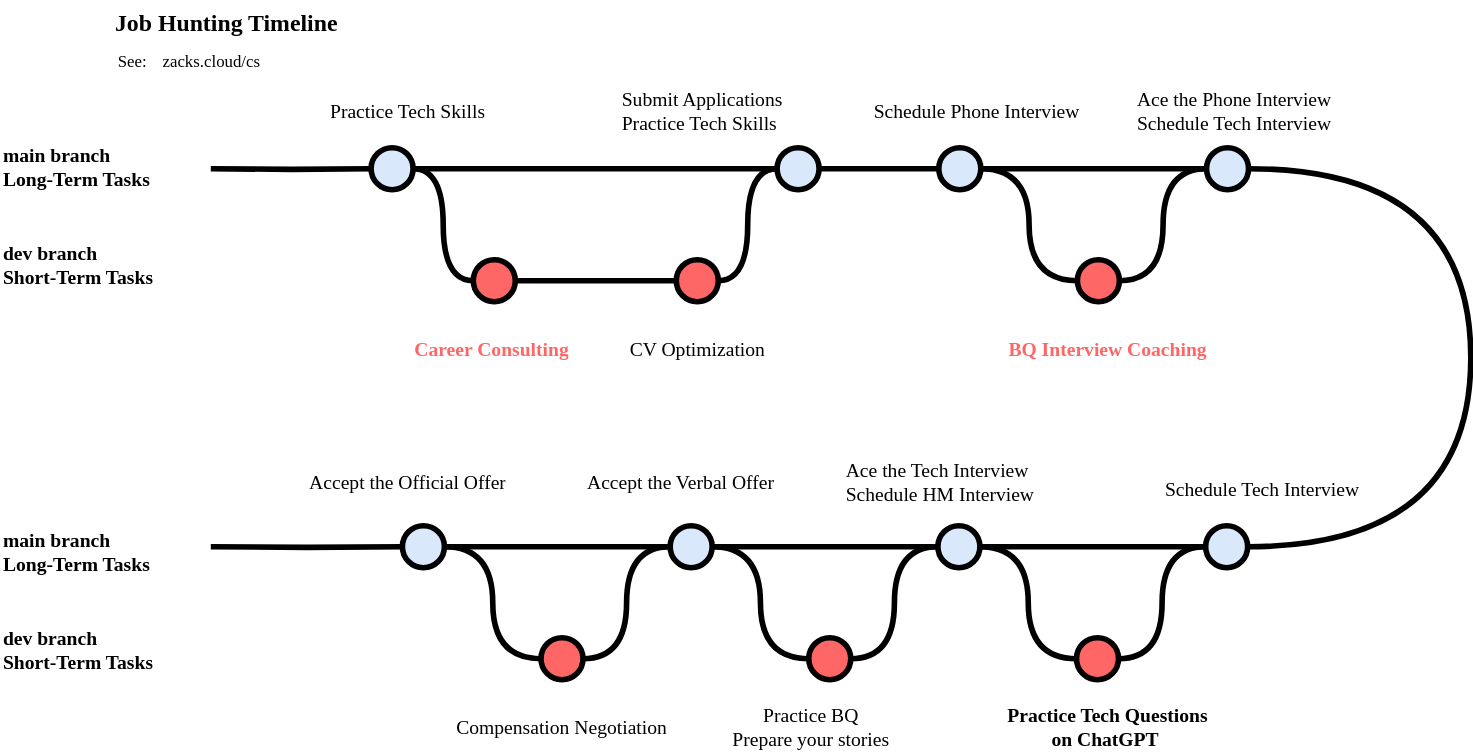
Above: job_hunting_timeline.svg in ZacksAmber/Flowcharts (draw.io), before the change. Source tidied: cells renumbered, new cells last; positions are measured from the earlier drawing's top-left corner, leaving out a move shared by most shapes.
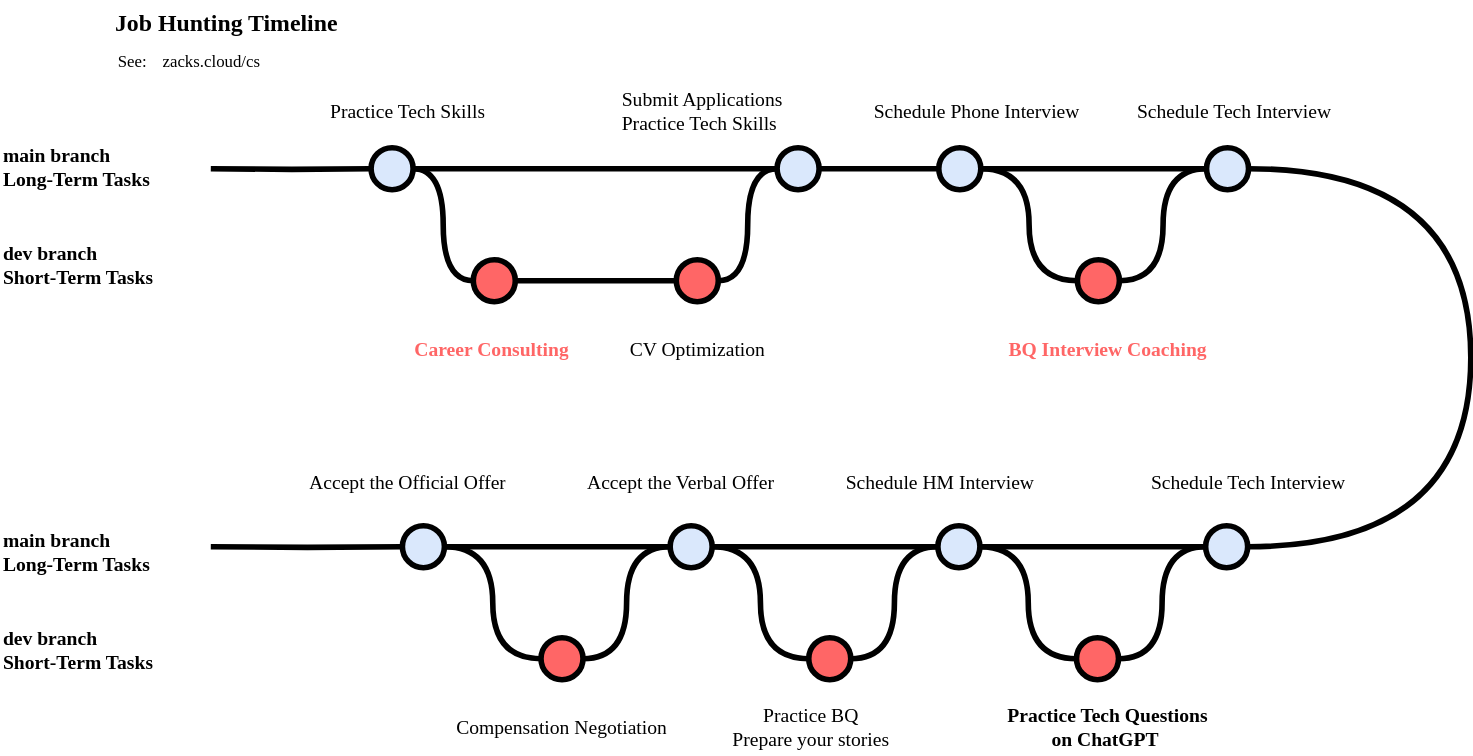
The same file after the commit.

Change to the diagram source:
```diff
@@ -95,7 +95,7 @@
         </Array>
       </mxGeometry>
     </mxCell>
-    <mxCell id="30" value="&lt;div&gt;Ace the Phone Interview&lt;/div&gt;Schedule Tech Interview" style="text;html=1;strokeColor=none;fillColor=none;align=left;verticalAlign=middle;whiteSpace=wrap;overflow=hidden;fontSize=14;fontFamily=DinaRemaster;fontSource=https%3A%2F%2Ffonts.googleapis.com%2Fcss%3Ffamily%3DDinaRemaster;" parent="1" vertex="1">
+    <mxCell id="30" value="&lt;div&gt;&lt;span style=&quot;background-color: initial;&quot;&gt;Schedule Tech Interview&lt;/span&gt;&lt;/div&gt;" style="text;html=1;strokeColor=none;fillColor=none;align=left;verticalAlign=middle;whiteSpace=wrap;overflow=hidden;fontSize=14;fontFamily=DinaRemaster;fontSource=https%3A%2F%2Ffonts.googleapis.com%2Fcss%3Ffamily%3DDinaRemaster;" parent="1" vertex="1">
       <mxGeometry x="810" y="60" width="190" height="40" as="geometry" />
     </mxCell>
     <mxCell id="31" style="edgeStyle=orthogonalEdgeStyle;rounded=0;html=1;jettySize=auto;strokeWidth=4;endArrow=none;endFill=0;entryX=0;entryY=0.5;entryDx=0;entryDy=0;entryPerimeter=0;" parent="1" edge="1" target="53">
@@ -116,7 +116,7 @@
       <mxGeometry x="700" y="500" width="181.6" height="40" as="geometry" />
     </mxCell>
     <mxCell id="36" value="Schedule Tech Interview" style="text;html=1;strokeColor=none;fillColor=none;align=left;verticalAlign=middle;whiteSpace=wrap;overflow=hidden;fontSize=14;fontFamily=DinaRemaster;fontSource=https%3A%2F%2Ffonts.googleapis.com%2Fcss%3Ffamily%3DDinaRemaster;" parent="1" vertex="1">
-      <mxGeometry x="830" y="330" width="190" height="40" as="geometry" />
+      <mxGeometry x="820" y="325" width="190" height="40" as="geometry" />
     </mxCell>
     <mxCell id="37" value="main branch&lt;div&gt;Long-Term Tasks&lt;/div&gt;" style="text;html=1;strokeColor=none;fillColor=none;align=left;verticalAlign=middle;whiteSpace=wrap;overflow=hidden;fontSize=14;fontStyle=1;fontFamily=DinaRemaster;fontSource=https%3A%2F%2Ffonts.googleapis.com%2Fcss%3Ffamily%3DDinaRemaster;" parent="1" vertex="1">
       <mxGeometry y="375" width="130" height="40" as="geometry" />
@@ -124,7 +124,7 @@
     <mxCell id="38" value="dev branch&lt;div&gt;Short-Term Tasks&lt;/div&gt;" style="text;html=1;strokeColor=none;fillColor=none;align=left;verticalAlign=middle;whiteSpace=wrap;overflow=hidden;fontSize=14;fontStyle=1;fontFamily=DinaRemaster;fontSource=https%3A%2F%2Ffonts.googleapis.com%2Fcss%3Ffamily%3DDinaRemaster;" parent="1" vertex="1">
       <mxGeometry y="440" width="212.5" height="50" as="geometry" />
     </mxCell>
-    <mxCell id="39" value="&lt;div&gt;Ace the Tech Interview&lt;/div&gt;Schedule HM Interview" style="text;html=1;strokeColor=none;fillColor=none;align=left;verticalAlign=middle;whiteSpace=wrap;overflow=hidden;fontSize=14;fontFamily=DinaRemaster;fontSource=https%3A%2F%2Ffonts.googleapis.com%2Fcss%3Ffamily%3DDinaRemaster;" parent="1" vertex="1">
+    <mxCell id="39" value="&lt;div&gt;&lt;span style=&quot;background-color: initial;&quot;&gt;Schedule HM Interview&lt;/span&gt;&lt;/div&gt;" style="text;html=1;strokeColor=none;fillColor=none;align=left;verticalAlign=middle;whiteSpace=wrap;overflow=hidden;fontSize=14;fontFamily=DinaRemaster;fontSource=https%3A%2F%2Ffonts.googleapis.com%2Fcss%3Ffamily%3DDinaRemaster;" parent="1" vertex="1">
       <mxGeometry x="602.2" y="325" width="190" height="40" as="geometry" />
     </mxCell>
     <mxCell id="40" style="edgeStyle=orthogonalEdgeStyle;curved=1;rounded=0;jettySize=auto;html=1;endArrow=none;endFill=0;strokeWidth=4;fontFamily=Courier New;fontSize=16;" parent="1" edge="1" source="42">
```
